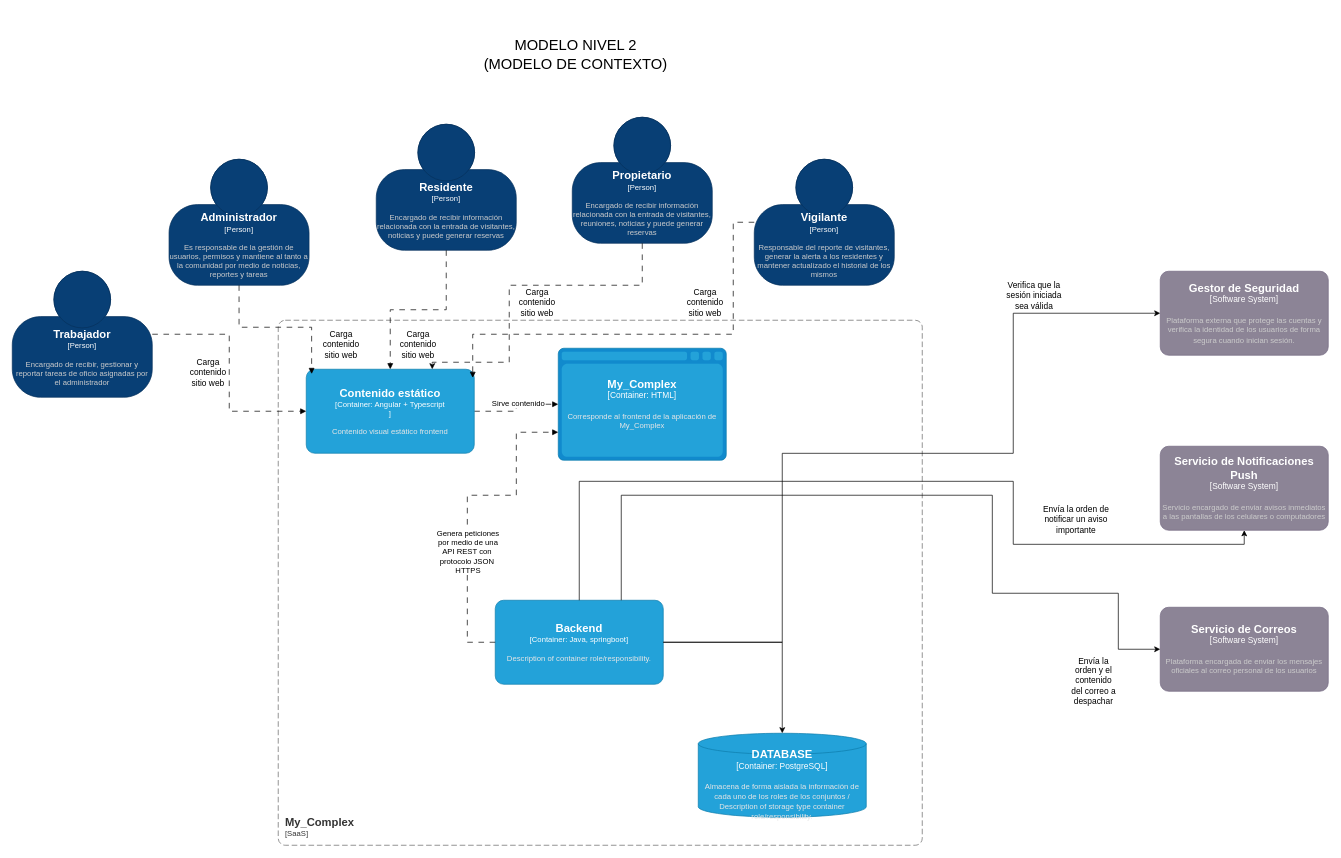
The draw.io diagram Modelo_de_contexto2.drawio in 3st3b4nR/Documentacion_My_Complex, before the edit. Source tidied: cells renumbered, new cells numbered last; positions are measured from the earlier drawing's top-left corner, leaving out a move shared by most shapes. Both pictures are drawn from the tidied source at 70%, with x=0, y=0 at pixel (12, 12).
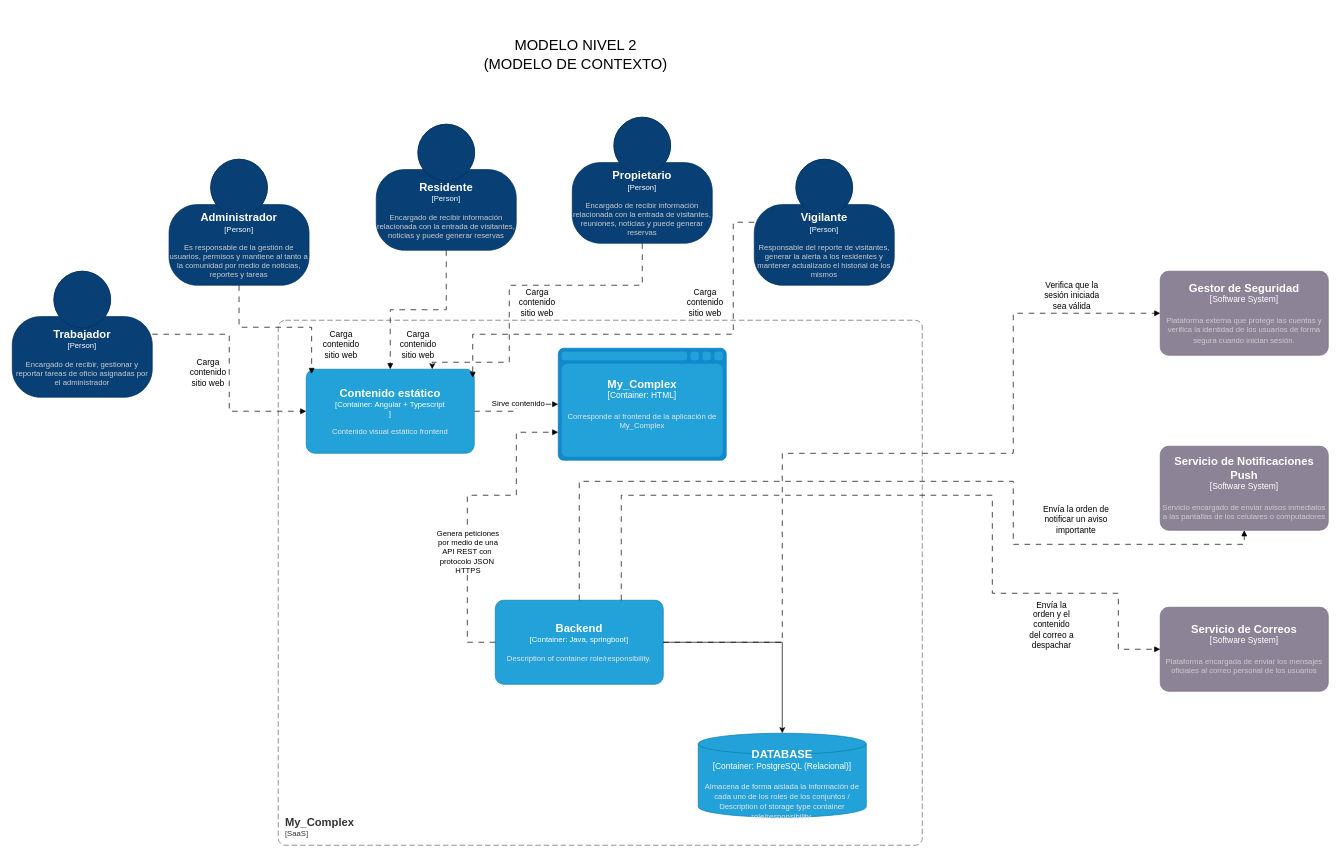
After the change.

Commit message:
Correcciones en las relaciones de los building bloxks

The change refers to these unchanged cells:
```xml
<object id="8" label="&lt;font style=&quot;font-size: 16px&quot;&gt;&lt;b&gt;%c4Name%&lt;/b&gt;&lt;/font&gt;&lt;div&gt;[%c4Type%: %c4Technology%]&lt;/div&gt;&lt;br&gt;&lt;div&gt;&lt;font style=&quot;font-size: 11px&quot;&gt;&lt;font color=&quot;#E6E6E6&quot;&gt;%c4Description%&lt;/font&gt;&lt;/div&gt;" c4Description="Description of container role/responsibility." c4Name="Backend" c4Technology="Java, springboot" c4Type="Container" placeholders="1">
  <mxCell style="rounded=1;whiteSpace=wrap;html=1;fontSize=11;labelBackgroundColor=none;fillColor=#23A2D9;fontColor=#ffffff;align=center;arcSize=10;strokeColor=#0E7DAD;points=[[0.25,0,0],[0.5,0,0],[0.75,0,0],[1,0.25,0],[1,0.5,0],[1,0.75,0],[0.75,1,0],[0.5,1,0],[0.25,1,0],[0,0.75,0],[0,0.5,0],[0,0.25,0]];" parent="1" vertex="1">
    <mxGeometry x="690" y="840" width="240" height="120" as="geometry" />
  </mxCell>
</object>
<object id="19" label="&lt;font style=&quot;font-size: 16px&quot;&gt;&lt;b&gt;%c4Name%&lt;/b&gt;&lt;/font&gt;&lt;div&gt;[%c4Type%]&lt;/div&gt;&lt;br&gt;&lt;div&gt;&lt;font style=&quot;font-size: 11px&quot;&gt;&lt;font color=&quot;#cccccc&quot;&gt;%c4Description%&lt;/font&gt;&lt;/div&gt;" c4Description="Plataforma externa que protege las cuentas y verifica la identidad de los usuarios de forma segura cuando inician sesión." c4Name="Gestor de Seguridad" c4Type="Software System" placeholders="1">
  <mxCell style="rounded=1;whiteSpace=wrap;html=1;labelBackgroundColor=none;fillColor=#8C8496;fontColor=#ffffff;align=center;arcSize=10;strokeColor=#736782;points=[[0.25,0,0],[0.5,0,0],[0.75,0,0],[1,0.25,0],[1,0.5,0],[1,0.75,0],[0.75,1,0],[0.5,1,0],[0.25,1,0],[0,0.75,0],[0,0.5,0],[0,0.25,0]];" parent="1" vertex="1">
    <mxGeometry x="1640" y="370" width="240" height="120" as="geometry" />
  </mxCell>
</object>
<object id="22" label="&lt;font style=&quot;font-size: 16px&quot;&gt;&lt;b&gt;%c4Name%&lt;/b&gt;&lt;/font&gt;&lt;div&gt;[%c4Type%]&lt;/div&gt;&lt;br&gt;&lt;div&gt;&lt;font style=&quot;font-size: 11px&quot;&gt;&lt;font color=&quot;#cccccc&quot;&gt;%c4Description%&lt;/font&gt;&lt;/div&gt;" c4Description="Servicio encargado de enviar avisos inmediatos a las pantallas de los celulares o computadores" c4Name="Servicio de Notificaciones Push" c4Type="Software System" placeholders="1">
  <mxCell style="rounded=1;whiteSpace=wrap;html=1;labelBackgroundColor=none;fillColor=#8C8496;fontColor=#ffffff;align=center;arcSize=10;strokeColor=#736782;points=[[0.25,0,0],[0.5,0,0],[0.75,0,0],[1,0.25,0],[1,0.5,0],[1,0.75,0],[0.75,1,0],[0.5,1,0],[0.25,1,0],[0,0.75,0],[0,0.5,0],[0,0.25,0]];" parent="1" vertex="1">
    <mxGeometry x="1640" y="620" width="240" height="120" as="geometry" />
  </mxCell>
</object>
<object id="23" label="&lt;font style=&quot;font-size: 16px&quot;&gt;&lt;b&gt;%c4Name%&lt;/b&gt;&lt;/font&gt;&lt;div&gt;[%c4Type%]&lt;/div&gt;&lt;br&gt;&lt;div&gt;&lt;font style=&quot;font-size: 11px&quot;&gt;&lt;font color=&quot;#cccccc&quot;&gt;%c4Description%&lt;/font&gt;&lt;/div&gt;" c4Description="Plataforma encargada de enviar los mensajes oficiales al correo personal de los usuarios" c4Name="Servicio de Correos" c4Type="Software System" placeholders="1">
  <mxCell style="rounded=1;whiteSpace=wrap;html=1;labelBackgroundColor=none;fillColor=#8C8496;fontColor=#ffffff;align=center;arcSize=10;strokeColor=#736782;points=[[0.25,0,0],[0.5,0,0],[0.75,0,0],[1,0.25,0],[1,0.5,0],[1,0.75,0],[0.75,1,0],[0.5,1,0],[0.25,1,0],[0,0.75,0],[0,0.5,0],[0,0.25,0]];" parent="1" vertex="1">
    <mxGeometry x="1640" y="850" width="240" height="120" as="geometry" />
  </mxCell>
</object>
```

What changed in the source:
```diff
@@
-    <object id="11" label="&lt;font style=&quot;font-size: 16px&quot;&gt;&lt;b&gt;%c4Name%&lt;/b&gt;&lt;/font&gt;&lt;div&gt;[%c4Type%:&amp;nbsp;%c4Technology%]&lt;/div&gt;&lt;br&gt;&lt;div&gt;&lt;font style=&quot;font-size: 11px&quot;&gt;&lt;font color=&quot;#E6E6E6&quot;&gt;%c4Description%&lt;/font&gt;&lt;/div&gt;" c4Description="Almacena de forma aislada la información de cada uno de los roles de los conjuntos / Description of storage type container role/responsibility." c4Name="DATABASE" c4Technology="PostgreSQL" c4Type="Container" placeholders="1">
+    <object id="11" label="&lt;font style=&quot;font-size: 16px&quot;&gt;&lt;b&gt;%c4Name%&lt;/b&gt;&lt;/font&gt;&lt;div&gt;[%c4Type%:&amp;nbsp;%c4Technology%]&lt;/div&gt;&lt;br&gt;&lt;div&gt;&lt;font style=&quot;font-size: 11px&quot;&gt;&lt;font color=&quot;#E6E6E6&quot;&gt;%c4Description%&lt;/font&gt;&lt;/div&gt;" c4Description="Almacena de forma aislada la información de cada uno de los roles de los conjuntos / Description of storage type container role/responsibility." c4Name="DATABASE" c4Technology="PostgreSQL (Relacional)" c4Type="Container" placeholders="1">
       <mxCell style="shape=cylinder3;size=15;whiteSpace=wrap;html=1;boundedLbl=1;rounded=0;labelBackgroundColor=none;fillColor=#23A2D9;fontSize=12;fontColor=#ffffff;align=center;strokeColor=#0E7DAD;points=[[0.5,0,0],[1,0.25,0],[1,0.5,0],[1,0.75,0],[0.5,1,0],[0,0.75,0],[0,0.5,0],[0,0.25,0]];" parent="1" vertex="1">
         <mxGeometry x="980" y="1030" width="240" height="120" as="geometry" />
       </mxCell>
     </object>
@@
-    <mxCell id="20" style="edgeStyle=orthogonalEdgeStyle;rounded=0;jettySize=auto;html=1;entryX=0;entryY=0.5;entryDx=0;entryDy=0;entryPerimeter=0;" parent="1" edge="1" source="8" target="19">
+    <mxCell id="20" style="edgeStyle=orthogonalEdgeStyle;rounded=0;jettySize=auto;html=1;entryX=0;entryY=0.5;entryDx=0;entryDy=0;entryPerimeter=0;dashed=1;dashPattern=8 8;endArrow=block;endFill=1;" parent="1" edge="1" source="8" target="19">
       <mxGeometry relative="1" as="geometry">
         <Array as="points">
           <mxPoint x="1100" y="630.1" />
           <mxPoint x="1430" y="630.1" />
           <mxPoint x="1430" y="430.1" />
         </Array>
       </mxGeometry>
     </mxCell>
     <mxCell id="21" value="Verifica que la sesión iniciada sea válida" style="text;html=1;whiteSpace=wrap;strokeColor=none;fillColor=none;align=center;verticalAlign=middle;rounded=0;" parent="1" vertex="1">
-      <mxGeometry x="1410" y="390" width="100" height="30" as="geometry" />
+      <mxGeometry x="1464" y="390" width="100" height="30" as="geometry" />
     </mxCell>
@@
-    <mxCell id="24" style="edgeStyle=orthogonalEdgeStyle;rounded=0;jettySize=auto;html=1;entryX=0.5;entryY=1;entryDx=0;entryDy=0;entryPerimeter=0;" parent="1" edge="1" source="8" target="22">
+    <mxCell id="24" style="edgeStyle=orthogonalEdgeStyle;rounded=0;jettySize=auto;html=1;entryX=0.5;entryY=1;entryDx=0;entryDy=0;entryPerimeter=0;dashed=1;dashPattern=8 8;endArrow=block;endFill=1;" parent="1" edge="1" source="8" target="22">
       <mxGeometry relative="1" as="geometry">
         <Array as="points">
           <mxPoint x="1430" y="670.1" />
           <mxPoint x="1430" y="760.1" />
           <mxPoint x="1760" y="760.1" />
         </Array>
       </mxGeometry>
     </mxCell>
@@
-    <mxCell id="26" style="edgeStyle=orthogonalEdgeStyle;rounded=0;jettySize=auto;html=1;entryX=0;entryY=0.5;entryDx=0;entryDy=0;entryPerimeter=0;exitX=0.75;exitY=0;exitDx=0;exitDy=0;exitPerimeter=0;" parent="1" edge="1" source="8" target="23">
+    <mxCell id="26" style="edgeStyle=orthogonalEdgeStyle;rounded=0;jettySize=auto;html=1;entryX=0;entryY=0.5;entryDx=0;entryDy=0;entryPerimeter=0;exitX=0.75;exitY=0;exitDx=0;exitDy=0;exitPerimeter=0;dashed=1;dashPattern=8 8;endArrow=block;endFill=1;" parent="1" edge="1" source="8" target="23">
       <mxGeometry relative="1" as="geometry">
         <Array as="points">
           <mxPoint x="870.1" y="690" />
           <mxPoint x="1400.1" y="690" />
           <mxPoint x="1400.1" y="830" />
           <mxPoint x="1580.1" y="830" />
           <mxPoint x="1580.1" y="910" />
         </Array>
       </mxGeometry>
     </mxCell>
     <mxCell id="27" value="Envía la orden y el contenido del correo a despachar" style="text;html=1;whiteSpace=wrap;strokeColor=none;fillColor=none;align=center;verticalAlign=middle;rounded=0;" parent="1" vertex="1">
-      <mxGeometry x="1510" y="940" width="70" height="30" as="geometry" />
+      <mxGeometry x="1450" y="860" width="70" height="30" as="geometry" />
     </mxCell>
```
